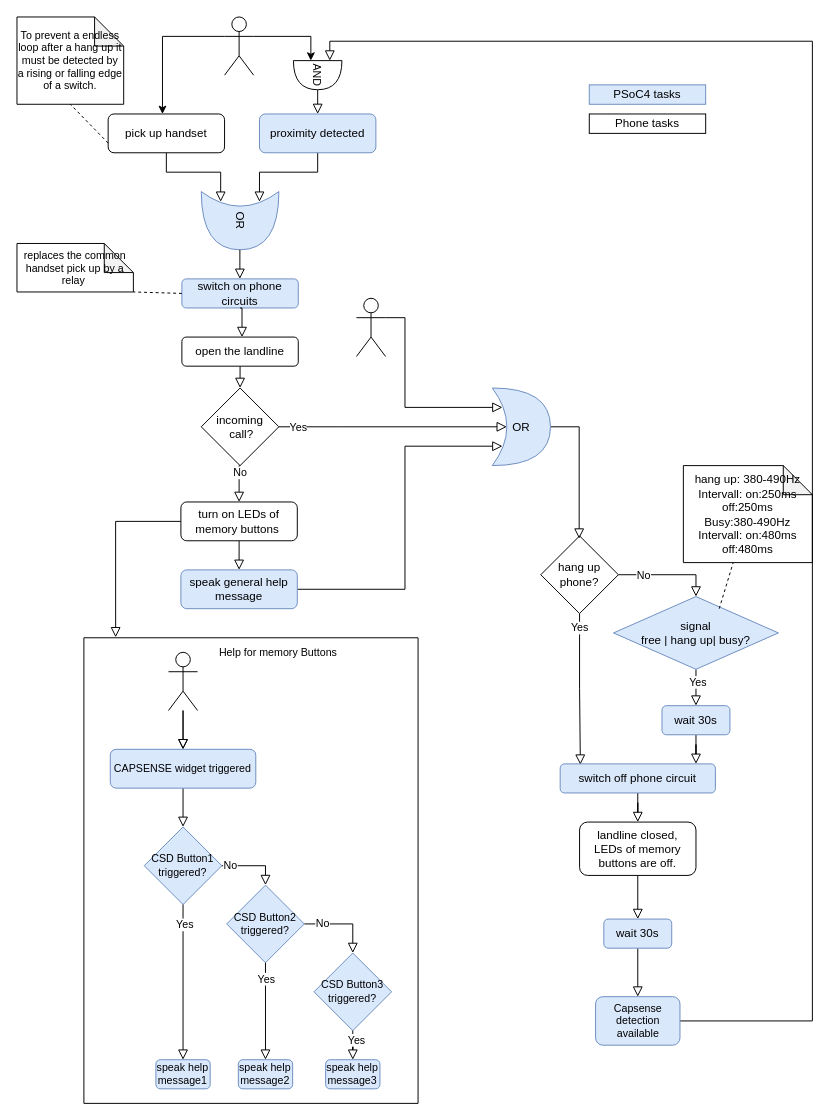
myslide/speak2me keeps this draw.io diagram as doc/Speak2meFlow.drawio. Above is the earlier version. Source tidied: cells renumbered, new cells numbered last; positions are measured from the earlier drawing's top-left corner, leaving out a move shared by most shapes. Both pictures are drawn from the tidied source at 97%, with x=0, y=0 at pixel (16, 16).
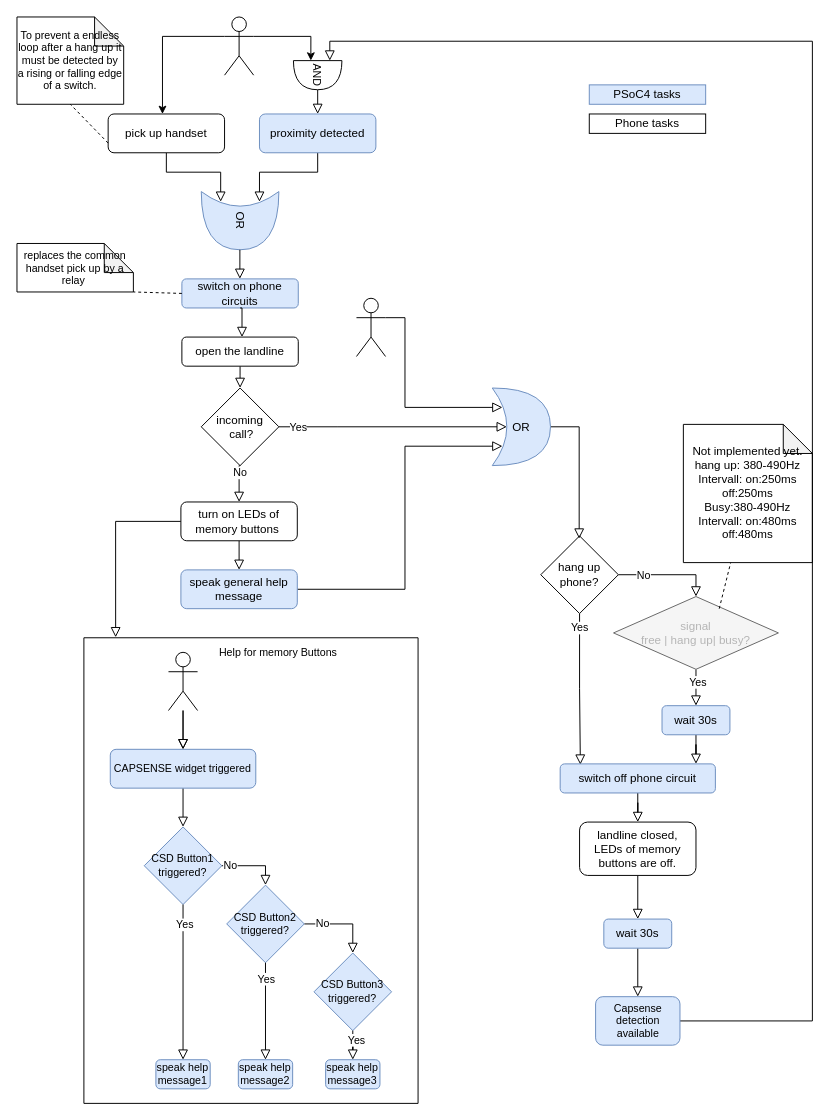
Above is the later version.

Change to the diagram source:
```diff
@@
-    <mxCell id="23" value="&lt;div&gt;hang up: 380-490Hz&lt;/div&gt;&lt;div&gt;Intervall: on:250ms&lt;/div&gt;&lt;div&gt;off:250ms&lt;/div&gt;&lt;div&gt;Busy:380-490Hz&lt;div&gt;Intervall: on:480ms&lt;/div&gt;&lt;div&gt;off:480ms&lt;/div&gt; &lt;/div&gt;" style="shape=note;whiteSpace=wrap;html=1;backgroundOutline=1;darkOpacity=0.05;" parent="1" vertex="1">
-      <mxGeometry x="687" y="462.5" width="133" height="100" as="geometry" />
+    <mxCell id="23" value="&lt;div&gt;Not implemented yet.&lt;br&gt;&lt;/div&gt;&lt;div&gt;hang up: 380-490Hz&lt;/div&gt;&lt;div&gt;Intervall: on:250ms&lt;/div&gt;&lt;div&gt;off:250ms&lt;/div&gt;&lt;div&gt;Busy:380-490Hz&lt;div&gt;Intervall: on:480ms&lt;/div&gt;&lt;div&gt;off:480ms&lt;/div&gt; &lt;/div&gt;" style="shape=note;whiteSpace=wrap;html=1;backgroundOutline=1;darkOpacity=0.05;" parent="1" vertex="1">
+      <mxGeometry x="687" y="420" width="133" height="142.5" as="geometry" />
     </mxCell>
@@
-    <mxCell id="26" value="&lt;div&gt;signal&lt;br&gt;&lt;/div&gt;&lt;div&gt;free | hang up| busy?&lt;/div&gt;" style="rhombus;whiteSpace=wrap;html=1;fillColor=#dae8fc;strokeColor=#6c8ebf;" parent="1" vertex="1">
+    <mxCell id="26" value="&lt;div&gt;signal&lt;br&gt;&lt;/div&gt;&lt;div&gt;free | hang up| busy?&lt;/div&gt;" style="rhombus;whiteSpace=wrap;html=1;fillColor=#f5f5f5;strokeColor=#666666;fontColor=#B5B5B5;" parent="1" vertex="1">
       <mxGeometry x="615" y="597.5" width="170" height="75" as="geometry" />
     </mxCell>
```
